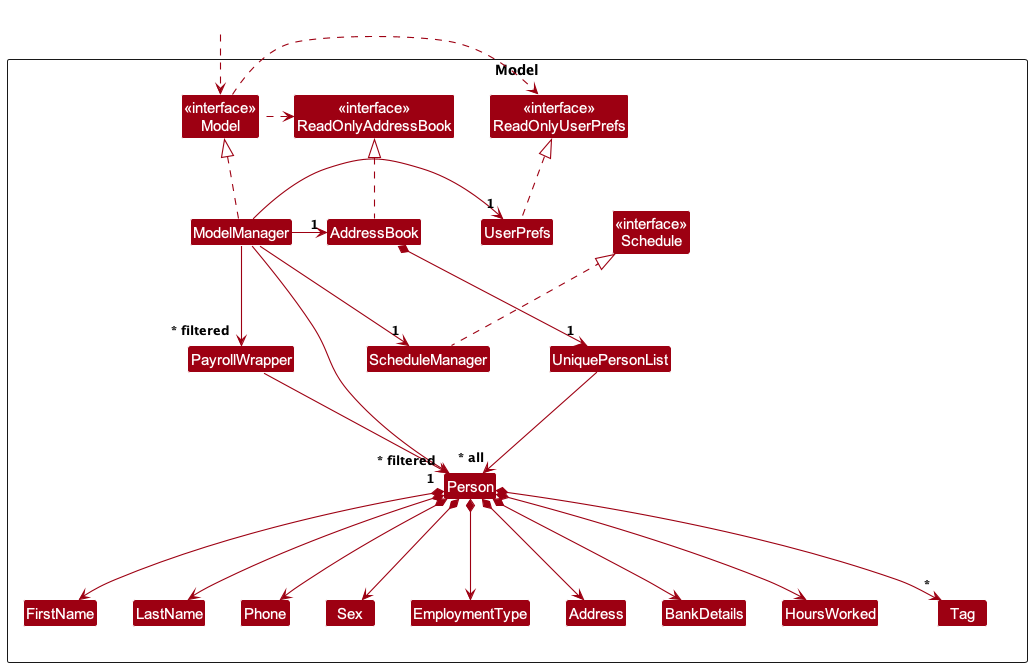
Earlier version of the PlantUML export docs/images/ModelClassDiagram.png (AY2324S2-CS2103T-T17-4/tp). Source of this version:
```plantuml
@startuml
!include style.puml
skinparam arrowThickness 1.1
skinparam arrowColor MODEL_COLOR
skinparam classBackgroundColor MODEL_COLOR

Package Model as ModelPackage <<Rectangle>>{
Class "<<interface>>\nReadOnlyAddressBook" as ReadOnlyAddressBook
Class "<<interface>>\nReadOnlyUserPrefs" as ReadOnlyUserPrefs
Class "<<interface>>\nModel" as Model
Class "<<interface>>\nSchedule" as Schedule
Class AddressBook
Class ModelManager
Class UserPrefs
Class ScheduleManager

Class UniquePersonList
Class Person
Class Address
Class FirstName
Class LastName
Class BankDetails
Class EmploymentType
Class Sex
Class Phone
Class HoursWorked
Class Tag
Class PayrollWrapper

Class I #FFFFFF
}

Class HiddenOutside #FFFFFF
HiddenOutside ..> Model

AddressBook .up.|> ReadOnlyAddressBook
ModelManager .up.|> Model
Model .right.> ReadOnlyUserPrefs
Model .left.> ReadOnlyAddressBook
ModelManager -left-> "1" AddressBook
ModelManager -right-> "1" UserPrefs
PayrollWrapper -down-> "1" Person
ScheduleManager .up.|> Schedule
ModelManager -down-> "1" ScheduleManager
UserPrefs .up.|> ReadOnlyUserPrefs

AddressBook *--> "1" UniquePersonList
UniquePersonList --> "~* all" Person
Person *--> FirstName
Person *--> LastName
Person *--> Phone
Person *--> BankDetails
Person *--> EmploymentType
Person *--> Sex
Person *--> Address
Person *--> HoursWorked
Person *--> "*" Tag

Person -[hidden]up--> I
UniquePersonList -[hidden]left-> I

FirstName -[hidden]right-> LastName
LastName -[hidden]right-> Phone
Phone -[hidden]right-> Sex
Sex -[hidden]right-> EmploymentType
EmploymentType -[hidden]right-> Address
Address -[hidden]right-> BankDetails
BankDetails -[hidden]right-> HoursWorked


ModelManager --> "~* filtered" Person
ModelManager --> "~* filtered" PayrollWrapper
@enduml
```
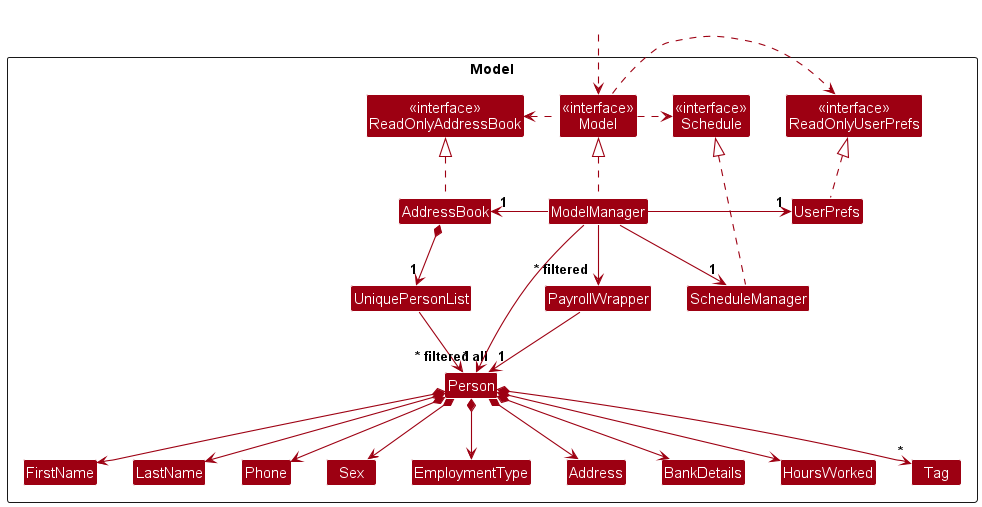
Above is the later version.

Change to the diagram source:
```diff
@@ -37,6 +37,7 @@
 ModelManager .up.|> Model
 Model .right.> ReadOnlyUserPrefs
 Model .left.> ReadOnlyAddressBook
+Model .right.> Schedule
 ModelManager -left-> "1" AddressBook
 ModelManager -right-> "1" UserPrefs
 PayrollWrapper -down-> "1" Person
```
